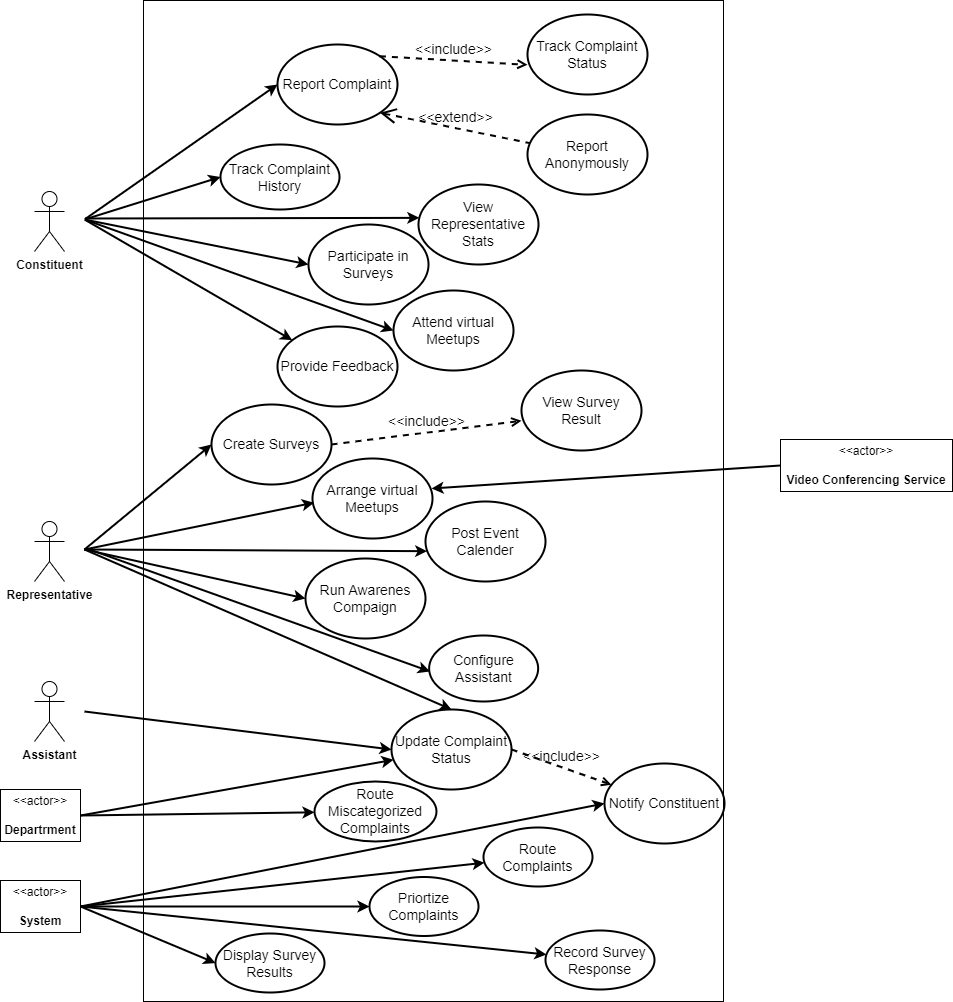
Earlier version of the draw.io export 6-Use Cases/Usecase Diagram.drawio.png (muhammadahsanmirza/fyp-constituency-connect). Source tidied: cells renumbered, new cells last; positions are measured from the earlier drawing's top-left corner, leaving out a move shared by most shapes.
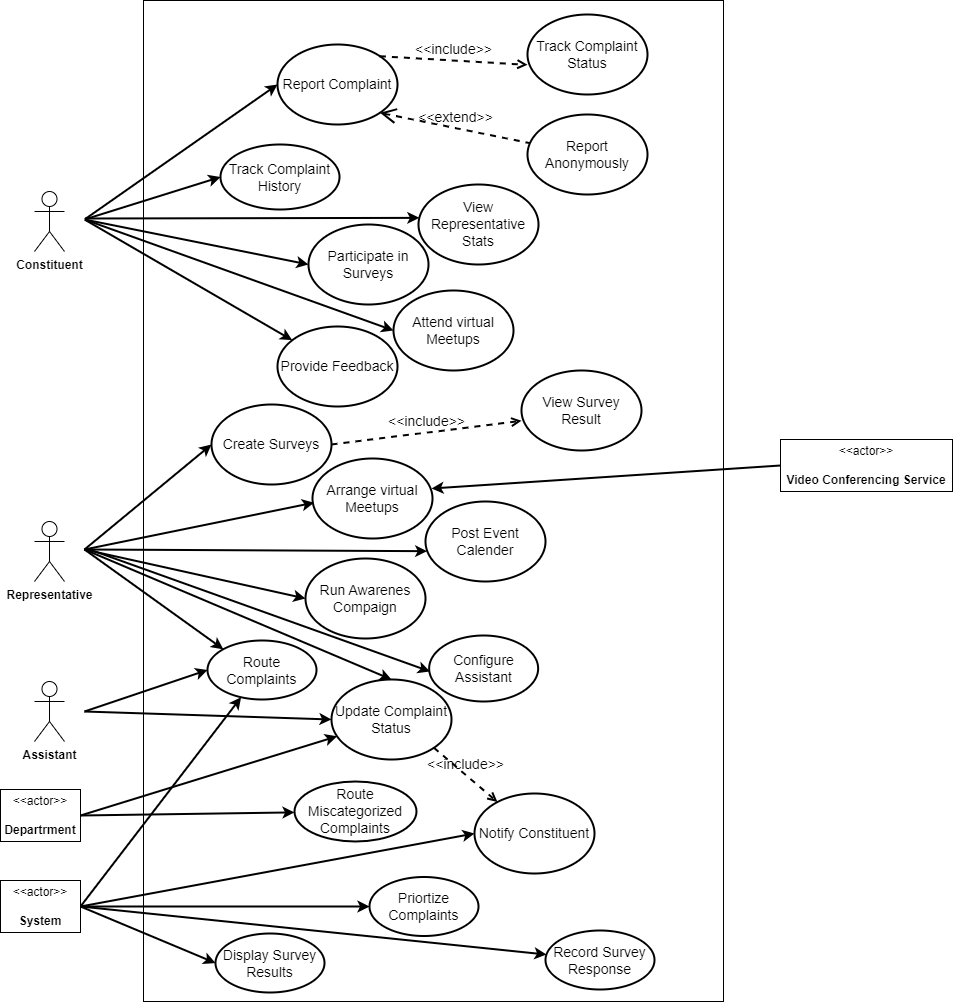
Above is the later version.

Change to the diagram source:
```diff
@@ -119,7 +119,7 @@
       <mxGeometry x="40" y="25" width="10" height="10" as="geometry" />
     </mxCell>
     <mxCell id="40" value="&lt;span style=&quot;font-size: 14px;&quot;&gt;Update Complaint Status&lt;/span&gt;" style="ellipse;whiteSpace=wrap;html=1;fillColor=none;strokeWidth=2;" parent="1" vertex="1">
-      <mxGeometry x="391" y="709" width="120" height="80" as="geometry" />
+      <mxGeometry x="331" y="679" width="120" height="80" as="geometry" />
     </mxCell>
     <mxCell id="41" style="endArrow=classic;html=1;rounded=0;strokeWidth=2;exitX=1;exitY=0.5;exitDx=0;exitDy=0;entryX=0.008;entryY=0.545;entryDx=0;entryDy=0;entryPerimeter=0;" parent="1" edge="1" target="32">
       <mxGeometry relative="1" as="geometry">
@@ -136,13 +136,13 @@
       <mxGeometry relative="1" as="geometry" />
     </mxCell>
     <mxCell id="45" value="&lt;span style=&quot;font-size: 14px;&quot;&gt;Route Complaints&lt;/span&gt;" style="ellipse;whiteSpace=wrap;html=1;fillColor=none;strokeWidth=2;" parent="1" vertex="1">
-      <mxGeometry x="483" y="827" width="109" height="59" as="geometry" />
+      <mxGeometry x="207" y="640" width="109" height="59" as="geometry" />
     </mxCell>
     <mxCell id="46" style="endArrow=classic;html=1;rounded=0;strokeWidth=2;exitX=1;exitY=0.5;exitDx=0;exitDy=0;" parent="1" edge="1" source="50" target="45">
       <mxGeometry relative="1" as="geometry" />
     </mxCell>
     <mxCell id="47" value="&lt;font style=&quot;font-size: 14px;&quot;&gt;Notify Constituent&lt;/font&gt;" style="ellipse;whiteSpace=wrap;html=1;fillColor=none;strokeWidth=2;" parent="1" vertex="1">
-      <mxGeometry x="604" y="763" width="120" height="80" as="geometry" />
+      <mxGeometry x="474" y="793" width="120" height="80" as="geometry" />
     </mxCell>
     <mxCell id="48" value="&lt;span style=&quot;font-size: 14px;&quot;&gt;Priortize Complaints&lt;/span&gt;" style="ellipse;whiteSpace=wrap;html=1;fillColor=none;strokeWidth=2;" parent="1" vertex="1">
       <mxGeometry x="369" y="876.5" width="109" height="59" as="geometry" />
@@ -163,12 +163,12 @@
       <mxGeometry relative="1" as="geometry" />
     </mxCell>
     <mxCell id="54" value="&lt;span style=&quot;font-size: 14px;&quot;&gt;Route Miscategorized Complaints&lt;/span&gt;" style="ellipse;whiteSpace=wrap;html=1;fillColor=none;strokeWidth=2;" parent="1" vertex="1">
-      <mxGeometry x="314" y="781" width="122" height="60" as="geometry" />
+      <mxGeometry x="294" y="781" width="122" height="60" as="geometry" />
     </mxCell>
     <mxCell id="55" style="endArrow=classic;html=1;rounded=0;strokeWidth=2;exitX=1;exitY=0.5;exitDx=0;exitDy=0;" parent="1" edge="1" source="4" target="54">
       <mxGeometry relative="1" as="geometry" />
     </mxCell>
-    <mxCell id="56" value="&lt;font style=&quot;font-size: 14px;&quot;&gt;&amp;lt;&amp;lt;include&amp;gt;&amp;gt;&lt;/font&gt;" style="html=1;verticalAlign=bottom;labelBackgroundColor=none;endArrow=open;endFill=0;dashed=1;rounded=0;fontSize=12;strokeWidth=2;exitX=1;exitY=0.5;exitDx=0;exitDy=0;" parent="1" edge="1" source="40" target="47">
+    <mxCell id="56" value="&lt;font style=&quot;font-size: 14px;&quot;&gt;&amp;lt;&amp;lt;include&amp;gt;&amp;gt;&lt;/font&gt;" style="html=1;verticalAlign=bottom;labelBackgroundColor=none;endArrow=open;endFill=0;dashed=1;rounded=0;fontSize=12;strokeWidth=2;exitX=1;exitY=1;exitDx=0;exitDy=0;" parent="1" edge="1" source="40" target="47">
       <mxGeometry relative="1" as="geometry" />
     </mxCell>
     <mxCell id="57" value="&amp;lt;&amp;lt;actor&amp;gt;&amp;gt;&lt;br&gt;&lt;br&gt;&lt;b&gt;Video Conferencing Service&lt;/b&gt;" style="html=1;align=center;verticalAlign=middle;dashed=0;whiteSpace=wrap;" parent="1" vertex="1">
@@ -183,5 +183,11 @@
     <mxCell id="60" style="endArrow=classic;html=1;rounded=0;strokeWidth=2;exitX=1;exitY=0.5;exitDx=0;exitDy=0;entryX=0;entryY=0.5;entryDx=0;entryDy=0;" parent="1" edge="1" source="50" target="59">
       <mxGeometry relative="1" as="geometry" />
     </mxCell>
+    <mxCell id="61" style="endArrow=classic;html=1;rounded=0;strokeWidth=2;exitX=1;exitY=0.5;exitDx=0;exitDy=0;entryX=0;entryY=0;entryDx=0;entryDy=0;" parent="1" edge="1" source="26" target="45">
+      <mxGeometry relative="1" as="geometry" />
+    </mxCell>
+    <mxCell id="62" style="endArrow=classic;html=1;rounded=0;strokeWidth=2;exitX=1;exitY=0.5;exitDx=0;exitDy=0;entryX=0;entryY=0.5;entryDx=0;entryDy=0;" parent="1" edge="1" source="39" target="45">
+      <mxGeometry relative="1" as="geometry" />
+    </mxCell>
   </root>
 </mxGraphModel>
```
